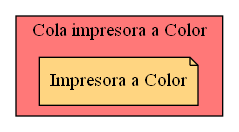
Earlier version of the Graphviz export Cola_Print_color.png (Serch-ING/EDD_UDRAWING_202000119). Its source is kept beside it as Cola_Print_color.dot.
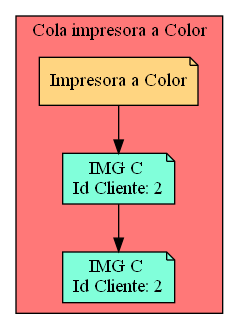
The same file after the commit.

What changed in the source:
```diff
@@ -3,4 +3,11 @@
 subgraph cluster_p{
     label= " Cola impresora a Color "
  raiz[label = "Impresora a Color" fillcolor="#FFD581" ]    bgcolor = "#FF7878"
+Nodo1546693040[label="IMG C
+Id Cliente: 2",fillcolor="#81FFDA"]
+Nodo501187768[label="IMG C
+Id Cliente: 2",fillcolor="#81FFDA"]
+
+raiz->Nodo1546693040
+Nodo1546693040 -> Nodo501187768
 }}
```
